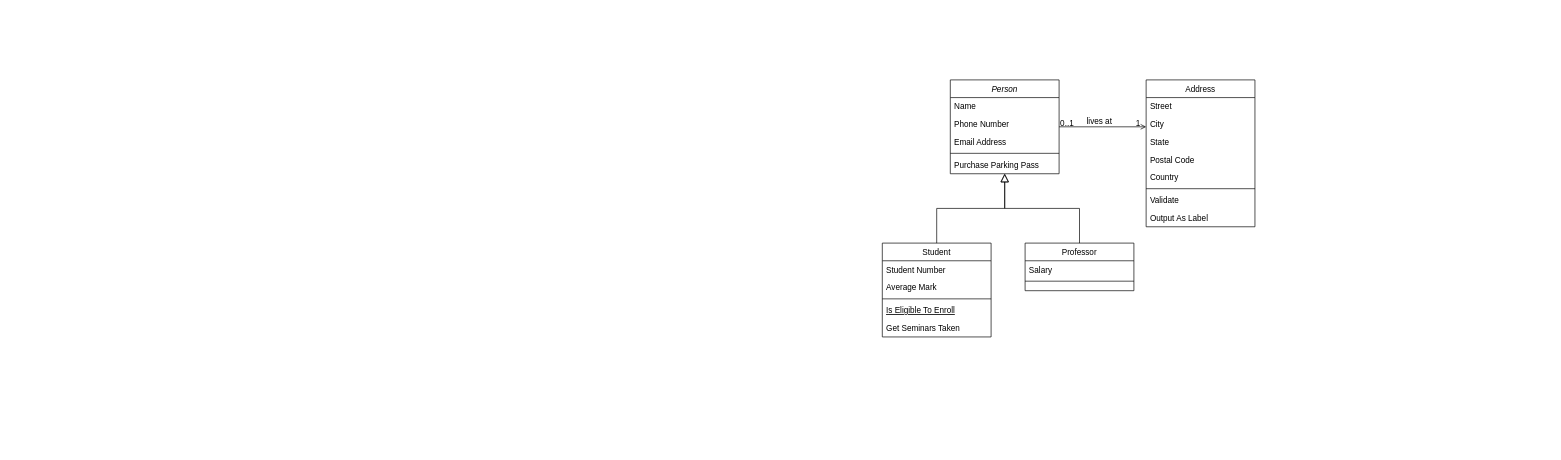
Before: OOP/lab-1/UML-for-aviasales.drawio in ALFecki/BSUIR, a draw.io diagram. Source tidied: cells renumbered, new cells numbered last; positions are measured from the earlier drawing's top-left corner, leaving out a move shared by most shapes. Both pictures are drawn from the tidied source at 68%, with x=0, y=0 at pixel (882, 80).
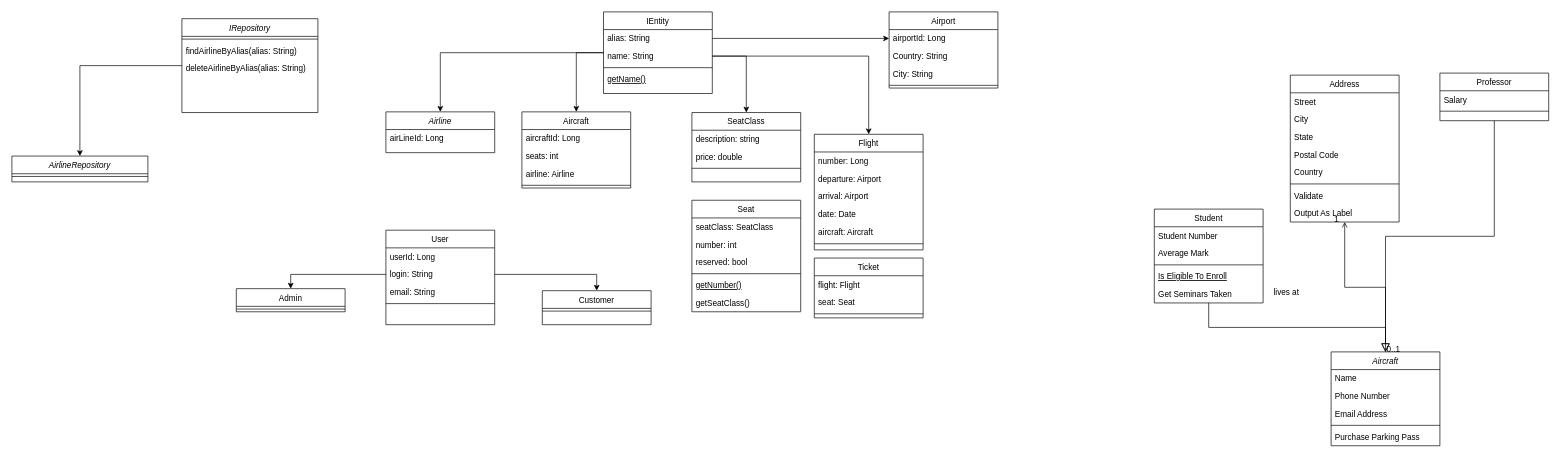
Above is the later version.

The edit, as a diff of the source:
```diff
@@
-    <mxCell id="2" value="Person" style="swimlane;fontStyle=2;align=center;verticalAlign=top;horizontal=1;startSize=26;rounded=0;shadow=0;strokeWidth=1;" parent="1" vertex="1">
-      <mxGeometry x="100" width="160" height="138" as="geometry" />
+    <mxCell id="2" value="Aircraft" style="swimlane;fontStyle=2;align=center;verticalAlign=top;horizontal=1;startSize=26;rounded=0;shadow=0;strokeWidth=1;" parent="1" vertex="1">
+      <mxGeometry x="660" y="400" width="160" height="138" as="geometry" />
     </mxCell>
@@
     <mxCell id="8" value="Student" style="swimlane;fontStyle=0;align=center;verticalAlign=top;horizontal=1;startSize=26;rounded=0;shadow=0;strokeWidth=1;" parent="1" vertex="1">
-      <mxGeometry y="240" width="160" height="138" as="geometry" />
+      <mxGeometry x="400" y="190" width="160" height="138" as="geometry" />
     </mxCell>
@@
     <mxCell id="15" value="Professor" style="swimlane;fontStyle=0;align=center;verticalAlign=top;horizontal=1;startSize=26;rounded=0;shadow=0;strokeWidth=1;" parent="1" vertex="1">
-      <mxGeometry x="210" y="240" width="160" height="70" as="geometry" />
+      <mxGeometry x="820" y="-10" width="160" height="70" as="geometry" />
     </mxCell>
@@
     <mxCell id="19" value="Address" style="swimlane;fontStyle=0;align=center;verticalAlign=top;horizontal=1;startSize=26;rounded=0;shadow=0;strokeWidth=1;" parent="1" vertex="1">
-      <mxGeometry x="388" width="160" height="216" as="geometry" />
+      <mxGeometry x="600" y="-7" width="160" height="216" as="geometry" />
     </mxCell>
@@
+    <mxCell id="32" value="Airline" style="swimlane;fontStyle=2;align=center;verticalAlign=top;horizontal=1;startSize=26;rounded=0;shadow=0;strokeWidth=1;" parent="1" vertex="1">
+      <mxGeometry x="-730" y="47" width="160" height="60" as="geometry" />
+    </mxCell>
+    <mxCell id="33" value="airLineId: Long" style="text;align=left;verticalAlign=top;spacingLeft=4;spacingRight=4;overflow=hidden;rounded=0;shadow=0;html=0;" parent="32" vertex="1">
+      <mxGeometry y="26" width="160" height="26" as="geometry" />
+    </mxCell>
+    <mxCell id="34" value="AirlineRepository" style="swimlane;fontStyle=2;align=center;verticalAlign=top;horizontal=1;startSize=26;rounded=0;shadow=0;strokeWidth=1;" parent="1" vertex="1">
+      <mxGeometry x="-1280" y="112" width="200" height="38" as="geometry" />
+    </mxCell>
+    <mxCell id="35" style="line;html=1;strokeWidth=1;align=left;verticalAlign=middle;spacingTop=-1;spacingLeft=3;spacingRight=3;labelPosition=right;" parent="34" vertex="1">
+      <mxGeometry y="26" width="200" height="8" as="geometry" />
+    </mxCell>
+    <mxCell id="36" style="edgeStyle=orthogonalEdgeStyle;rounded=0;jettySize=auto;html=1;entryX=0.5;entryY=0;entryDx=0;entryDy=0;" parent="1" edge="1" source="37" target="34">
+      <mxGeometry relative="1" as="geometry" />
+    </mxCell>
+    <mxCell id="37" value="IRepository&#10;" style="swimlane;fontStyle=2;align=center;verticalAlign=top;horizontal=1;startSize=26;rounded=0;shadow=0;strokeWidth=1;" parent="1" vertex="1">
+      <mxGeometry x="-1030" y="-90" width="200" height="138" as="geometry" />
+    </mxCell>
+    <mxCell id="38" style="line;html=1;strokeWidth=1;align=left;verticalAlign=middle;spacingTop=-1;spacingLeft=3;spacingRight=3;labelPosition=right;" parent="37" vertex="1">
+      <mxGeometry y="26" width="200" height="8" as="geometry" />
+    </mxCell>
+    <mxCell id="39" value="findAirlineByAlias(alias: String)" style="text;align=left;verticalAlign=top;spacingLeft=4;spacingRight=4;overflow=hidden;" parent="37" vertex="1">
+      <mxGeometry y="34" width="200" height="26" as="geometry" />
+    </mxCell>
+    <mxCell id="40" value="deleteAirlineByAlias(alias: String)" style="text;align=left;verticalAlign=top;spacingLeft=4;spacingRight=4;overflow=hidden;" parent="37" vertex="1">
+      <mxGeometry y="60" width="200" height="26" as="geometry" />
+    </mxCell>
+    <mxCell id="41" style="edgeStyle=orthogonalEdgeStyle;rounded=0;jettySize=auto;html=1;entryX=0.5;entryY=0;entryDx=0;entryDy=0;" parent="1" edge="1" source="43" target="32">
+      <mxGeometry relative="1" as="geometry" />
+    </mxCell>
+    <mxCell id="42" style="edgeStyle=orthogonalEdgeStyle;rounded=0;jettySize=auto;html=1;entryX=0.5;entryY=0;entryDx=0;entryDy=0;" parent="1" edge="1" source="43" target="48">
+      <mxGeometry relative="1" as="geometry">
+        <Array as="points">
+          <mxPoint x="-450" y="-40" />
+        </Array>
+      </mxGeometry>
+    </mxCell>
+    <mxCell id="43" value="IEntity" style="swimlane;fontStyle=0;align=center;verticalAlign=top;horizontal=1;startSize=26;rounded=0;shadow=0;strokeWidth=1;" parent="1" vertex="1">
+      <mxGeometry x="-410" y="-100" width="160" height="120" as="geometry" />
+    </mxCell>
+    <mxCell id="44" value="alias: String" style="text;align=left;verticalAlign=top;spacingLeft=4;spacingRight=4;overflow=hidden;points=[[0,0.5],[1,0.5]];portConstraint=eastwest;" parent="43" vertex="1">
+      <mxGeometry y="26" width="160" height="26" as="geometry" />
+    </mxCell>
+    <mxCell id="45" value="name: String" style="text;align=left;verticalAlign=top;spacingLeft=4;spacingRight=4;overflow=hidden;points=[[0,0.5],[1,0.5]];portConstraint=eastwest;rounded=0;shadow=0;html=0;" parent="43" vertex="1">
+      <mxGeometry y="52" width="160" height="26" as="geometry" />
+    </mxCell>
+    <mxCell id="46" style="line;html=1;strokeWidth=1;align=left;verticalAlign=middle;spacingTop=-1;spacingLeft=3;spacingRight=3;labelPosition=right;" parent="43" vertex="1">
+      <mxGeometry y="78" width="160" height="8" as="geometry" />
+    </mxCell>
+    <mxCell id="47" value="getName()" style="text;align=left;verticalAlign=top;spacingLeft=4;spacingRight=4;overflow=hidden;fontStyle=4;" parent="43" vertex="1">
+      <mxGeometry y="86" width="160" height="26" as="geometry" />
+    </mxCell>
+    <mxCell id="48" value="Aircraft" style="swimlane;fontStyle=0;align=center;verticalAlign=top;horizontal=1;startSize=26;rounded=0;shadow=0;strokeWidth=1;" parent="1" vertex="1">
+      <mxGeometry x="-530" y="47" width="160" height="112" as="geometry" />
+    </mxCell>
+    <mxCell id="49" value="aircraftId: Long" style="text;align=left;verticalAlign=top;spacingLeft=4;spacingRight=4;overflow=hidden;" parent="48" vertex="1">
+      <mxGeometry y="26" width="160" height="26" as="geometry" />
+    </mxCell>
+    <mxCell id="50" value="seats: int" style="text;align=left;verticalAlign=top;spacingLeft=4;spacingRight=4;overflow=hidden;" parent="48" vertex="1">
+      <mxGeometry y="52" width="160" height="26" as="geometry" />
+    </mxCell>
+    <mxCell id="51" value="airline: Airline" style="text;align=left;verticalAlign=top;spacingLeft=4;spacingRight=4;overflow=hidden;" parent="48" vertex="1">
+      <mxGeometry y="78" width="160" height="26" as="geometry" />
+    </mxCell>
+    <mxCell id="52" style="line;html=1;strokeWidth=1;align=left;verticalAlign=middle;spacingTop=-1;spacingLeft=3;spacingRight=3;labelPosition=right;" parent="48" vertex="1">
+      <mxGeometry y="104" width="160" height="8" as="geometry" />
+    </mxCell>
+    <mxCell id="53" value="Ticket" style="swimlane;fontStyle=0;align=center;verticalAlign=top;horizontal=1;startSize=26;rounded=0;shadow=0;strokeWidth=1;" parent="1" vertex="1">
+      <mxGeometry x="-100" y="262" width="160" height="88" as="geometry" />
+    </mxCell>
+    <mxCell id="54" value="flight: Flight" style="text;align=left;verticalAlign=top;spacingLeft=4;spacingRight=4;overflow=hidden;rounded=0;shadow=0;html=0;" parent="53" vertex="1">
+      <mxGeometry y="26" width="160" height="26" as="geometry" />
+    </mxCell>
+    <mxCell id="55" value="seat: Seat" style="text;align=left;verticalAlign=top;spacingLeft=4;spacingRight=4;overflow=hidden;" parent="53" vertex="1">
+      <mxGeometry y="52" width="160" height="26" as="geometry" />
+    </mxCell>
+    <mxCell id="56" style="line;html=1;strokeWidth=1;align=left;verticalAlign=middle;spacingTop=-1;spacingLeft=3;spacingRight=3;labelPosition=right;" parent="53" vertex="1">
+      <mxGeometry y="78" width="160" height="8" as="geometry" />
+    </mxCell>
+    <mxCell id="57" value="SeatClass" style="swimlane;fontStyle=0;align=center;verticalAlign=top;horizontal=1;startSize=26;rounded=0;shadow=0;strokeWidth=1;" parent="1" vertex="1">
+      <mxGeometry x="-280" y="48" width="160" height="102" as="geometry" />
+    </mxCell>
+    <mxCell id="58" value="description: string" style="text;align=left;verticalAlign=top;spacingLeft=4;spacingRight=4;overflow=hidden;rounded=0;shadow=0;html=0;" parent="57" vertex="1">
+      <mxGeometry y="26" width="160" height="26" as="geometry" />
+    </mxCell>
+    <mxCell id="59" value="price: double" style="text;align=left;verticalAlign=top;spacingLeft=4;spacingRight=4;overflow=hidden;" parent="57" vertex="1">
+      <mxGeometry y="52" width="160" height="26" as="geometry" />
+    </mxCell>
+    <mxCell id="60" style="line;html=1;strokeWidth=1;align=left;verticalAlign=middle;spacingTop=-1;spacingLeft=3;spacingRight=3;labelPosition=right;" parent="57" vertex="1">
+      <mxGeometry y="78" width="160" height="8" as="geometry" />
+    </mxCell>
+    <mxCell id="61" style="edgeStyle=orthogonalEdgeStyle;rounded=0;jettySize=auto;html=1;entryX=0.5;entryY=0;entryDx=0;entryDy=0;" parent="1" edge="1" source="45" target="57">
+      <mxGeometry relative="1" as="geometry" />
+    </mxCell>
+    <mxCell id="62" value="Seat" style="swimlane;fontStyle=0;align=center;verticalAlign=top;horizontal=1;startSize=26;rounded=0;shadow=0;strokeWidth=1;" parent="1" vertex="1">
+      <mxGeometry x="-280" y="177" width="160" height="164" as="geometry" />
+    </mxCell>
+    <mxCell id="63" value="seatClass: SeatClass" style="text;align=left;verticalAlign=top;spacingLeft=4;spacingRight=4;overflow=hidden;" parent="62" vertex="1">
+      <mxGeometry y="26" width="160" height="26" as="geometry" />
+    </mxCell>
+    <mxCell id="64" value="number: int" style="text;align=left;verticalAlign=top;spacingLeft=4;spacingRight=4;overflow=hidden;rounded=0;shadow=0;html=0;" parent="62" vertex="1">
+      <mxGeometry y="52" width="160" height="26" as="geometry" />
+    </mxCell>
+    <mxCell id="65" value="reserved: bool" style="text;align=left;verticalAlign=top;spacingLeft=4;spacingRight=4;overflow=hidden;rounded=0;shadow=0;html=0;" parent="62" vertex="1">
+      <mxGeometry y="78" width="160" height="26" as="geometry" />
+    </mxCell>
+    <mxCell id="66" style="line;html=1;strokeWidth=1;align=left;verticalAlign=middle;spacingTop=-1;spacingLeft=3;spacingRight=3;labelPosition=right;" parent="62" vertex="1">
+      <mxGeometry y="104" width="160" height="8" as="geometry" />
+    </mxCell>
+    <mxCell id="67" value="getNumber()" style="text;align=left;verticalAlign=top;spacingLeft=4;spacingRight=4;overflow=hidden;fontStyle=4;" parent="62" vertex="1">
+      <mxGeometry y="112" width="160" height="26" as="geometry" />
+    </mxCell>
+    <mxCell id="68" value="getSeatClass()" style="text;align=left;verticalAlign=top;spacingLeft=4;spacingRight=4;overflow=hidden;" parent="62" vertex="1">
+      <mxGeometry y="138" width="160" height="26" as="geometry" />
+    </mxCell>
+    <mxCell id="69" value="Flight" style="swimlane;fontStyle=0;align=center;verticalAlign=top;horizontal=1;startSize=26;rounded=0;shadow=0;strokeWidth=1;" parent="1" vertex="1">
+      <mxGeometry x="-100" y="80" width="160" height="170" as="geometry" />
+    </mxCell>
+    <mxCell id="70" value="number: Long" style="text;align=left;verticalAlign=top;spacingLeft=4;spacingRight=4;overflow=hidden;rounded=0;shadow=0;html=0;" parent="69" vertex="1">
+      <mxGeometry y="26" width="160" height="26" as="geometry" />
+    </mxCell>
+    <mxCell id="71" value="departure: Airport" style="text;align=left;verticalAlign=top;spacingLeft=4;spacingRight=4;overflow=hidden;" parent="69" vertex="1">
+      <mxGeometry y="52" width="160" height="26" as="geometry" />
+    </mxCell>
+    <mxCell id="72" value="arrival: Airport" style="text;align=left;verticalAlign=top;spacingLeft=4;spacingRight=4;overflow=hidden;" parent="69" vertex="1">
+      <mxGeometry y="78" width="160" height="26" as="geometry" />
+    </mxCell>
+    <mxCell id="73" value="date: Date" style="text;align=left;verticalAlign=top;spacingLeft=4;spacingRight=4;overflow=hidden;" parent="69" vertex="1">
+      <mxGeometry y="104" width="160" height="26" as="geometry" />
+    </mxCell>
+    <mxCell id="74" value="aircraft: Aircraft" style="text;align=left;verticalAlign=top;spacingLeft=4;spacingRight=4;overflow=hidden;" parent="69" vertex="1">
+      <mxGeometry y="130" width="160" height="27" as="geometry" />
+    </mxCell>
+    <mxCell id="75" style="line;html=1;strokeWidth=1;align=left;verticalAlign=middle;spacingTop=-1;spacingLeft=3;spacingRight=3;labelPosition=right;" parent="69" vertex="1">
+      <mxGeometry y="157" width="160" height="8" as="geometry" />
+    </mxCell>
+    <mxCell id="76" style="edgeStyle=orthogonalEdgeStyle;rounded=0;jettySize=auto;html=1;entryX=0.5;entryY=0;entryDx=0;entryDy=0;" parent="1" edge="1" source="45" target="69">
+      <mxGeometry relative="1" as="geometry" />
+    </mxCell>
+    <mxCell id="77" value="Airport" style="swimlane;fontStyle=0;align=center;verticalAlign=top;horizontal=1;startSize=26;rounded=0;shadow=0;strokeWidth=1;" parent="1" vertex="1">
+      <mxGeometry x="10" y="-100" width="160" height="112" as="geometry" />
+    </mxCell>
+    <mxCell id="78" value="airportId: Long" style="text;align=left;verticalAlign=top;spacingLeft=4;spacingRight=4;overflow=hidden;points=[[0,0.5],[1,0.5]];portConstraint=eastwest;" parent="77" vertex="1">
+      <mxGeometry y="26" width="160" height="26" as="geometry" />
+    </mxCell>
+    <mxCell id="79" value="Country: String" style="text;align=left;verticalAlign=top;spacingLeft=4;spacingRight=4;overflow=hidden;" parent="77" vertex="1">
+      <mxGeometry y="52" width="160" height="26" as="geometry" />
+    </mxCell>
+    <mxCell id="80" value="City: String" style="text;align=left;verticalAlign=top;spacingLeft=4;spacingRight=4;overflow=hidden;" parent="77" vertex="1">
+      <mxGeometry y="78" width="160" height="26" as="geometry" />
+    </mxCell>
+    <mxCell id="81" style="line;html=1;strokeWidth=1;align=left;verticalAlign=middle;spacingTop=-1;spacingLeft=3;spacingRight=3;labelPosition=right;" parent="77" vertex="1">
+      <mxGeometry y="104" width="160" height="8" as="geometry" />
+    </mxCell>
+    <mxCell id="82" style="edgeStyle=orthogonalEdgeStyle;rounded=0;jettySize=auto;html=1;" parent="1" edge="1" source="44" target="78">
+      <mxGeometry relative="1" as="geometry" />
+    </mxCell>
+    <mxCell id="83" value="User" style="swimlane;fontStyle=0;align=center;verticalAlign=top;horizontal=1;startSize=26;rounded=0;shadow=0;strokeWidth=1;" parent="1" vertex="1">
+      <mxGeometry x="-730" y="221" width="160" height="139" as="geometry" />
+    </mxCell>
+    <mxCell id="84" value="userId: Long" style="text;align=left;verticalAlign=top;spacingLeft=4;spacingRight=4;overflow=hidden;" parent="83" vertex="1">
+      <mxGeometry y="26" width="160" height="26" as="geometry" />
+    </mxCell>
+    <mxCell id="85" value="login: String" style="text;align=left;verticalAlign=top;spacingLeft=4;spacingRight=4;overflow=hidden;points=[[0,0.5],[1,0.5]];portConstraint=eastwest;rounded=0;shadow=0;html=0;" parent="83" vertex="1">
+      <mxGeometry y="52" width="160" height="26" as="geometry" />
+    </mxCell>
+    <mxCell id="86" value="email: String" style="text;align=left;verticalAlign=top;spacingLeft=4;spacingRight=4;overflow=hidden;rounded=0;shadow=0;html=0;" parent="83" vertex="1">
+      <mxGeometry y="78" width="160" height="26" as="geometry" />
+    </mxCell>
+    <mxCell id="87" style="line;html=1;strokeWidth=1;align=left;verticalAlign=middle;spacingTop=-1;spacingLeft=3;spacingRight=3;labelPosition=right;" parent="83" vertex="1">
+      <mxGeometry y="104" width="160" height="8" as="geometry" />
+    </mxCell>
+    <mxCell id="88" value="Customer" style="swimlane;fontStyle=0;align=center;verticalAlign=top;horizontal=1;startSize=26;rounded=0;shadow=0;strokeWidth=1;" parent="1" vertex="1">
+      <mxGeometry x="-500" y="310" width="160" height="50" as="geometry" />
+    </mxCell>
+    <mxCell id="89" style="line;html=1;strokeWidth=1;align=left;verticalAlign=middle;spacingTop=-1;spacingLeft=3;spacingRight=3;labelPosition=right;" parent="88" vertex="1">
+      <mxGeometry y="26" width="160" height="8" as="geometry" />
+    </mxCell>
+    <mxCell id="90" value="Admin" style="swimlane;fontStyle=0;align=center;verticalAlign=top;horizontal=1;startSize=26;rounded=0;shadow=0;strokeWidth=1;" parent="1" vertex="1">
+      <mxGeometry x="-950" y="307" width="160" height="34" as="geometry" />
+    </mxCell>
+    <mxCell id="91" style="line;html=1;strokeWidth=1;align=left;verticalAlign=middle;spacingTop=-1;spacingLeft=3;spacingRight=3;labelPosition=right;" parent="90" vertex="1">
+      <mxGeometry y="26" width="160" height="8" as="geometry" />
+    </mxCell>
+    <mxCell id="92" style="edgeStyle=orthogonalEdgeStyle;rounded=0;jettySize=auto;html=1;entryX=0.5;entryY=0;entryDx=0;entryDy=0;" parent="1" edge="1" source="85" target="88">
+      <mxGeometry relative="1" as="geometry" />
+    </mxCell>
+    <mxCell id="93" style="edgeStyle=orthogonalEdgeStyle;rounded=0;jettySize=auto;html=1;entryX=0.5;entryY=0;entryDx=0;entryDy=0;" parent="1" edge="1" source="85" target="90">
+      <mxGeometry relative="1" as="geometry" />
+    </mxCell>
```
